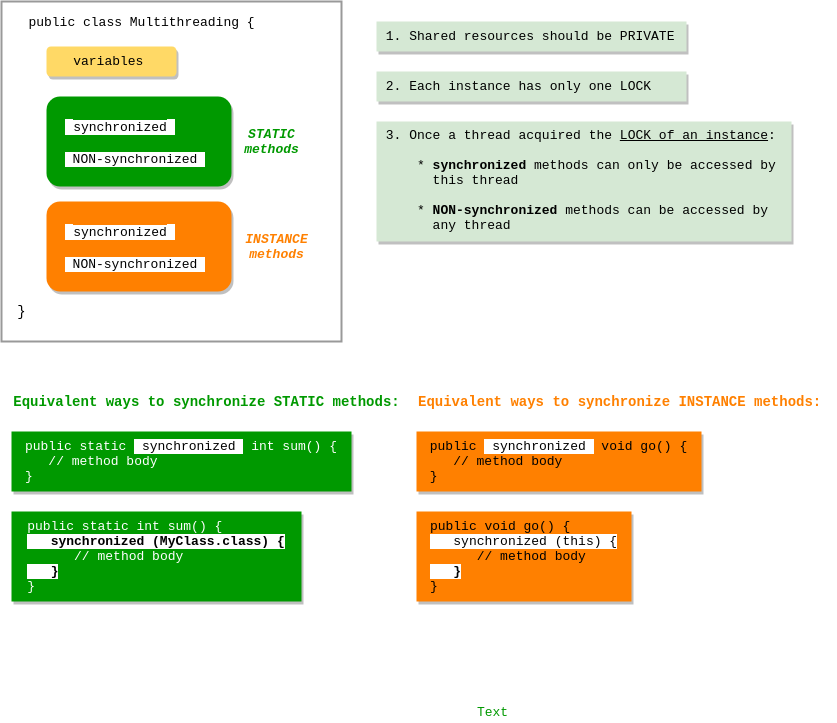
Above: threads/readme_resources/how-mutlithreading-works.png in giuseppeiacono/OCP-Java-SE-8 (draw.io), before the change. Source tidied: cells renumbered, new cells last; positions are measured from the earlier drawing's top-left corner, leaving out a move shared by most shapes.
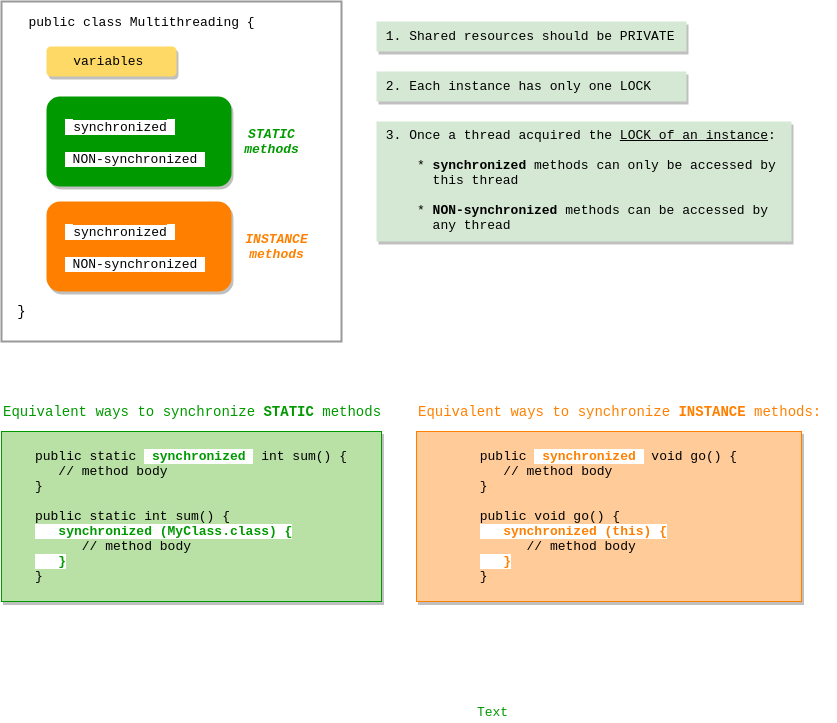
After the commit.

What changed in the source:
```diff
@@ -35,23 +35,17 @@
     <mxCell id="12" value="&amp;nbsp;3. Once a thread acquired the &lt;u&gt;LOCK of an instance&lt;/u&gt;:&lt;br&gt;&lt;br&gt;&amp;nbsp; &amp;nbsp; &amp;nbsp;*&amp;nbsp;&lt;b&gt;synchronized&lt;/b&gt; methods can only&amp;nbsp;be accessed by &lt;br&gt;&amp;nbsp; &amp;nbsp; &amp;nbsp; &amp;nbsp;this thread&lt;br&gt;&lt;br&gt;&amp;nbsp; &amp;nbsp; &amp;nbsp;*&amp;nbsp;&lt;b&gt;NON-synchronized&lt;/b&gt; methods can be accessed by &lt;br&gt;&amp;nbsp; &amp;nbsp; &amp;nbsp; &amp;nbsp;any thread" style="rounded=0;whiteSpace=wrap;html=1;shadow=1;strokeColor=none;strokeWidth=2;fillColor=#D5E8D4;fontFamily=Courier New;fontSize=13;fontColor=#000000;align=left;verticalAlign=top;" parent="1" vertex="1">
       <mxGeometry x="375" y="120" width="415" height="120" as="geometry" />
     </mxCell>
-    <mxCell id="13" value="&lt;div style=&quot;text-align: left&quot;&gt;public static&amp;nbsp;&lt;span style=&quot;background-color: rgb(255 , 255 , 255)&quot;&gt;&amp;nbsp;&lt;font color=&quot;#000000&quot;&gt;synchronized&lt;/font&gt;&amp;nbsp;&lt;/span&gt;&amp;nbsp;int sum() {&lt;/div&gt;&lt;div style=&quot;text-align: left&quot;&gt;&amp;nbsp; &amp;nbsp;// method body&lt;/div&gt;&lt;div style=&quot;text-align: left&quot;&gt;&lt;span&gt;}&lt;/span&gt;&lt;/div&gt;" style="rounded=0;whiteSpace=wrap;html=1;shadow=1;strokeColor=none;strokeWidth=2;fillColor=#009900;fontFamily=Courier New;fontSize=13;fontColor=#FFFFFF;align=center;" parent="1" vertex="1">
-      <mxGeometry x="10" y="430" width="340" height="60" as="geometry" />
+    <mxCell id="13" value="&lt;div style=&quot;text-align: left&quot;&gt;&lt;font color=&quot;#000000&quot;&gt;public static&amp;nbsp;&lt;/font&gt;&lt;span style=&quot;background-color: rgb(255 , 255 , 255)&quot;&gt;&lt;font color=&quot;#000000&quot;&gt;&amp;nbsp;&lt;/font&gt;&lt;font color=&quot;#009900&quot;&gt;&lt;b&gt;synchronized&lt;/b&gt;&lt;/font&gt;&lt;font color=&quot;#000000&quot;&gt;&amp;nbsp;&lt;/font&gt;&lt;/span&gt;&lt;font color=&quot;#000000&quot;&gt;&amp;nbsp;int sum() {&lt;/font&gt;&lt;/div&gt;&lt;div style=&quot;text-align: left&quot;&gt;&lt;font color=&quot;#000000&quot;&gt;&amp;nbsp; &amp;nbsp;// method body&lt;/font&gt;&lt;/div&gt;&lt;div style=&quot;text-align: left&quot;&gt;&lt;span&gt;&lt;font color=&quot;#000000&quot;&gt;}&lt;/font&gt;&lt;/span&gt;&lt;/div&gt;&lt;div style=&quot;text-align: left&quot;&gt;&lt;span&gt;&lt;font color=&quot;#000000&quot;&gt;&lt;br&gt;&lt;/font&gt;&lt;/span&gt;&lt;/div&gt;&lt;div style=&quot;text-align: left&quot;&gt;&lt;div&gt;&lt;font color=&quot;#000000&quot;&gt;public static int sum() {&lt;/font&gt;&lt;/div&gt;&lt;div&gt;&lt;span style=&quot;background-color: rgb(255 , 255 , 255)&quot;&gt;&lt;b&gt;&lt;font color=&quot;#000000&quot;&gt;&amp;nbsp; &amp;nbsp;&lt;/font&gt;&lt;font color=&quot;#009900&quot;&gt;synchronized (MyClass.class) {&lt;/font&gt;&lt;/b&gt;&lt;/span&gt;&lt;/div&gt;&lt;div&gt;&lt;font color=&quot;#000000&quot;&gt;&amp;nbsp; &amp;nbsp; &amp;nbsp; // method body&lt;/font&gt;&lt;/div&gt;&lt;div&gt;&lt;span style=&quot;background-color: rgb(255 , 255 , 255)&quot;&gt;&lt;font color=&quot;#000000&quot;&gt;&amp;nbsp; &amp;nbsp;&lt;/font&gt;&lt;font color=&quot;#009900&quot;&gt;&lt;b&gt;}&lt;/b&gt;&lt;/font&gt;&lt;/span&gt;&lt;/div&gt;&lt;div&gt;&lt;font color=&quot;#000000&quot;&gt;}&lt;/font&gt;&lt;/div&gt;&lt;/div&gt;" style="rounded=0;whiteSpace=wrap;html=1;shadow=1;strokeColor=#009900;strokeWidth=1;fillColor=#B9E0A5;fontFamily=Courier New;fontSize=13;fontColor=#FFFFFF;align=center;" parent="1" vertex="1">
+      <mxGeometry y="430" width="380" height="170" as="geometry" />
     </mxCell>
-    <mxCell id="14" value="&lt;div style=&quot;text-align: left&quot;&gt;public static int sum() {&lt;/div&gt;&lt;div style=&quot;text-align: left&quot;&gt;&lt;span style=&quot;background-color: rgb(255 , 255 , 255)&quot;&gt;&amp;nbsp; &amp;nbsp;&lt;b&gt;&lt;font color=&quot;#000000&quot;&gt;synchronized (MyClass.class) {&lt;/font&gt;&lt;/b&gt;&lt;/span&gt;&lt;/div&gt;&lt;div style=&quot;text-align: left&quot;&gt;&amp;nbsp; &amp;nbsp; &amp;nbsp; // method body&lt;/div&gt;&lt;div style=&quot;text-align: left&quot;&gt;&lt;span style=&quot;background-color: rgb(255 , 255 , 255)&quot;&gt;&amp;nbsp; &amp;nbsp;&lt;b&gt;&lt;font color=&quot;#000000&quot;&gt;}&lt;/font&gt;&lt;/b&gt;&lt;/span&gt;&lt;/div&gt;&lt;div style=&quot;text-align: left&quot;&gt;&lt;span&gt;}&lt;/span&gt;&lt;/div&gt;" style="rounded=0;whiteSpace=wrap;html=1;shadow=1;strokeColor=none;strokeWidth=2;fillColor=#009900;fontFamily=Courier New;fontSize=13;fontColor=#FFFFFF;align=center;" parent="1" vertex="1">
-      <mxGeometry x="10" y="510" width="290" height="90" as="geometry" />
-    </mxCell>
-    <mxCell id="15" value="&lt;span style=&quot;font-size: 14px&quot;&gt;Equivalent ways to synchronize STATIC methods:&lt;/span&gt;" style="text;html=1;align=center;verticalAlign=middle;fontSize=13;fontFamily=Courier New;fontColor=#009900;fontStyle=1;" parent="1" vertex="1">
-      <mxGeometry x="5" y="390" width="400" height="20" as="geometry" />
+    <mxCell id="15" value="&lt;font style=&quot;font-size: 14px&quot;&gt;Equivalent ways to synchronize &lt;b&gt;STATIC&lt;/b&gt; methods&lt;/font&gt;" style="text;html=1;align=left;verticalAlign=middle;fontSize=14;fontFamily=Courier New;fontColor=#009900;fontStyle=0;" parent="1" vertex="1">
+      <mxGeometry y="400" width="390" height="20" as="geometry" />
     </mxCell>
-    <mxCell id="16" value="&lt;div style=&quot;text-align: left&quot;&gt;public&amp;nbsp;&lt;span style=&quot;background-color: rgb(255 , 255 , 255)&quot;&gt; synchronized&amp;nbsp;&lt;/span&gt; void go() {&lt;/div&gt;&lt;div style=&quot;text-align: left&quot;&gt;&amp;nbsp; &amp;nbsp;// method body&lt;/div&gt;&lt;div style=&quot;text-align: left&quot;&gt;&lt;span&gt;}&lt;/span&gt;&lt;/div&gt;" style="rounded=0;whiteSpace=wrap;html=1;shadow=1;strokeColor=none;strokeWidth=2;fillColor=#FF8000;fontFamily=Courier New;fontSize=13;fontColor=#000000;align=center;" parent="1" vertex="1">
-      <mxGeometry x="415" y="430" width="285" height="60" as="geometry" />
+    <mxCell id="16" value="&lt;div style=&quot;text-align: left&quot;&gt;public&amp;nbsp;&lt;span style=&quot;background-color: rgb(255 , 255 , 255)&quot;&gt; &lt;font color=&quot;#ff8000&quot;&gt;&lt;b&gt;synchronized&lt;/b&gt;&lt;/font&gt;&amp;nbsp;&lt;/span&gt; void go() {&lt;/div&gt;&lt;div style=&quot;text-align: left&quot;&gt;&amp;nbsp; &amp;nbsp;// method body&lt;/div&gt;&lt;div style=&quot;text-align: left&quot;&gt;&lt;span&gt;}&lt;/span&gt;&lt;/div&gt;&lt;div style=&quot;text-align: left&quot;&gt;&lt;span&gt;&lt;br&gt;&lt;/span&gt;&lt;/div&gt;&lt;div style=&quot;text-align: left&quot;&gt;&lt;div&gt;public void go() {&lt;/div&gt;&lt;div&gt;&lt;span style=&quot;background-color: rgb(255 , 255 , 255)&quot;&gt;&amp;nbsp; &amp;nbsp;&lt;b&gt;&lt;font color=&quot;#ff8000&quot;&gt;synchronized (this) {&lt;/font&gt;&lt;/b&gt;&lt;/span&gt;&lt;/div&gt;&lt;div&gt;&amp;nbsp; &amp;nbsp; &amp;nbsp; // method body&lt;/div&gt;&lt;div&gt;&lt;span style=&quot;background-color: rgb(255 , 255 , 255)&quot;&gt;&amp;nbsp; &amp;nbsp;&lt;b&gt;&lt;font color=&quot;#ff8000&quot;&gt;}&lt;/font&gt;&lt;/b&gt;&lt;/span&gt;&lt;/div&gt;&lt;div&gt;}&lt;/div&gt;&lt;/div&gt;" style="rounded=0;whiteSpace=wrap;html=1;shadow=1;strokeColor=#FF8000;strokeWidth=1;fillColor=#FFCC99;fontFamily=Courier New;fontSize=13;fontColor=#000000;align=center;" parent="1" vertex="1">
+      <mxGeometry x="415" y="430" width="385" height="170" as="geometry" />
     </mxCell>
-    <mxCell id="17" value="&lt;div style=&quot;text-align: left&quot;&gt;public void go() {&lt;/div&gt;&lt;div style=&quot;text-align: left&quot;&gt;&lt;span style=&quot;background-color: rgb(255 , 255 , 255)&quot;&gt;&amp;nbsp; &amp;nbsp;synchronized (this) {&lt;/span&gt;&lt;/div&gt;&lt;div style=&quot;text-align: left&quot;&gt;&amp;nbsp; &amp;nbsp; &amp;nbsp; // method body&lt;/div&gt;&lt;div style=&quot;text-align: left&quot;&gt;&lt;span style=&quot;background-color: rgb(255 , 255 , 255)&quot;&gt;&amp;nbsp; &amp;nbsp;&lt;b&gt;}&lt;/b&gt;&lt;/span&gt;&lt;/div&gt;&lt;div style=&quot;text-align: left&quot;&gt;&lt;span&gt;}&lt;/span&gt;&lt;/div&gt;" style="rounded=0;whiteSpace=wrap;html=1;shadow=1;strokeColor=none;strokeWidth=2;fillColor=#FF8000;fontFamily=Courier New;fontSize=13;fontColor=#000000;align=center;" parent="1" vertex="1">
-      <mxGeometry x="415" y="510" width="215" height="90" as="geometry" />
-    </mxCell>
-    <mxCell id="18" value="&lt;span style=&quot;font-size: 14px&quot;&gt;&lt;font color=&quot;#ff8000&quot;&gt;&lt;b&gt;Equivalent ways to synchronize INSTANCE methods:&lt;/b&gt;&lt;/font&gt;&lt;/span&gt;" style="text;html=1;align=left;verticalAlign=middle;fontSize=13;fontFamily=Courier New;fontColor=#000000;" parent="1" vertex="1">
-      <mxGeometry x="415" y="390" width="420" height="20" as="geometry" />
+    <mxCell id="18" value="&lt;font color=&quot;#ff8000&quot; style=&quot;font-size: 14px&quot;&gt;&lt;span style=&quot;font-size: 14px&quot;&gt;Equivalent ways to synchronize &lt;b&gt;INSTANCE&lt;/b&gt; methods:&lt;/span&gt;&lt;/font&gt;" style="text;html=1;align=left;verticalAlign=middle;fontSize=14;fontFamily=Courier New;fontColor=#000000;fontStyle=0;" parent="1" vertex="1">
+      <mxGeometry x="415" y="400" width="420" height="20" as="geometry" />
     </mxCell>
     <mxCell id="19" value="Text" style="text;html=1;align=center;verticalAlign=middle;fontSize=13;fontFamily=Courier New;fontColor=#009900;" parent="1" vertex="1">
       <mxGeometry x="466" y="701" width="50" height="20" as="geometry" />
```
